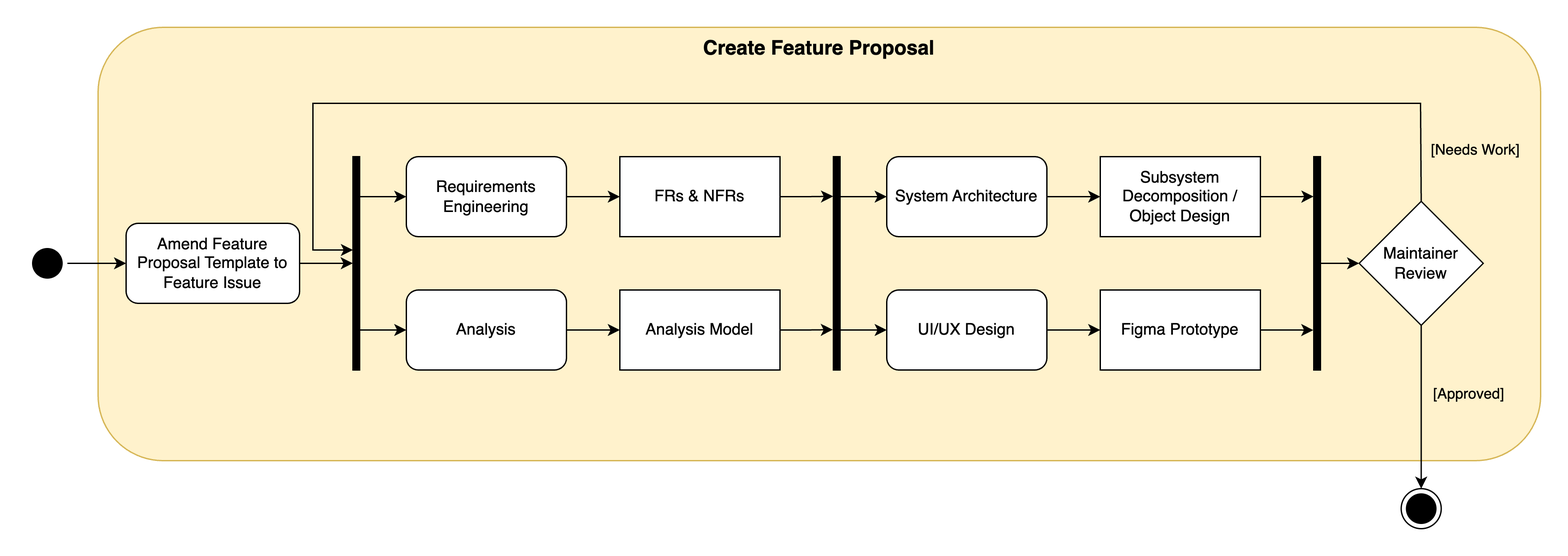
The draw.io diagram docs/dev/development-process/aremtis-feature-proposal-flow.png in ls1intum/Artemis, before a commit. Source tidied: cells renumbered, new cells last; positions are measured from the earlier drawing's top-left corner, leaving out a move shared by most shapes. The source it was exported from:
```xml
<mxGraphModel>
  <root>
    <mxCell id="0" />
    <mxCell id="1" parent="0" />
    <mxCell id="2" value="&lt;font style=&quot;font-size: 15px;&quot;&gt;&lt;b&gt;Create Feature Proposal&lt;/b&gt;&lt;/font&gt;" style="rounded=1;whiteSpace=wrap;html=1;verticalAlign=top;fillColor=#fff2cc;strokeColor=#d6b656;" parent="1" vertex="1">
      <mxGeometry x="53" width="1081" height="325" as="geometry" />
    </mxCell>
    <mxCell id="3" style="edgeStyle=orthogonalEdgeStyle;rounded=0;jettySize=auto;html=1;" parent="1" edge="1" source="4" target="7">
      <mxGeometry relative="1" as="geometry" />
    </mxCell>
    <mxCell id="4" style="ellipse;html=1;shape=startState;fillColor=#000000;strokeColor=default;" parent="1" vertex="1">
      <mxGeometry y="162" width="30" height="30" as="geometry" />
    </mxCell>
    <mxCell id="5" style="ellipse;html=1;shape=endState;fillColor=#000000;strokeColor=#000000;" parent="1" vertex="1">
      <mxGeometry x="1029.5" y="346" width="30" height="30" as="geometry" />
    </mxCell>
    <mxCell id="6" style="edgeStyle=orthogonalEdgeStyle;rounded=0;jettySize=auto;html=1;entryX=-0.023;entryY=0.5;entryDx=0;entryDy=0;entryPerimeter=0;" parent="1" edge="1" source="7" target="10">
      <mxGeometry relative="1" as="geometry" />
    </mxCell>
    <mxCell id="7" value="Amend Feature Proposal Template to Feature Issue" style="rounded=1;whiteSpace=wrap;html=1;" parent="1" vertex="1">
      <mxGeometry x="74" y="147" width="130" height="60" as="geometry" />
    </mxCell>
    <mxCell id="8" style="edgeStyle=orthogonalEdgeStyle;rounded=0;jettySize=auto;html=1;entryX=0;entryY=0.5;entryDx=0;entryDy=0;" parent="1" edge="1" source="10" target="21">
      <mxGeometry relative="1" as="geometry">
        <Array as="points">
          <mxPoint x="254" y="227" />
          <mxPoint x="254" y="227" />
        </Array>
      </mxGeometry>
    </mxCell>
    <mxCell id="9" style="edgeStyle=orthogonalEdgeStyle;rounded=0;jettySize=auto;html=1;entryX=0;entryY=0.5;entryDx=0;entryDy=0;" parent="1" edge="1" source="10" target="12">
      <mxGeometry relative="1" as="geometry">
        <Array as="points">
          <mxPoint x="264" y="127" />
          <mxPoint x="264" y="127" />
        </Array>
      </mxGeometry>
    </mxCell>
    <mxCell id="10" style="html=1;points=[];perimeter=orthogonalPerimeter;fillColor=strokeColor;" parent="1" vertex="1">
      <mxGeometry x="244" y="97" width="5" height="160" as="geometry" />
    </mxCell>
    <mxCell id="11" style="edgeStyle=orthogonalEdgeStyle;rounded=0;jettySize=auto;html=1;" parent="1" edge="1" source="12" target="14">
      <mxGeometry relative="1" as="geometry" />
    </mxCell>
    <mxCell id="12" value="Requirements Engineering" style="rounded=1;whiteSpace=wrap;html=1;" parent="1" vertex="1">
      <mxGeometry x="284" y="97" width="120" height="60" as="geometry" />
    </mxCell>
    <mxCell id="13" style="edgeStyle=orthogonalEdgeStyle;rounded=0;jettySize=auto;html=1;entryX=-0.032;entryY=0.186;entryDx=0;entryDy=0;entryPerimeter=0;" parent="1" edge="1" source="14" target="17">
      <mxGeometry relative="1" as="geometry" />
    </mxCell>
    <mxCell id="14" value="FRs &amp;amp; NFRs" style="rounded=0;whiteSpace=wrap;html=1;" parent="1" vertex="1">
      <mxGeometry x="444" y="97" width="120" height="60" as="geometry" />
    </mxCell>
    <mxCell id="15" style="edgeStyle=orthogonalEdgeStyle;rounded=0;jettySize=auto;html=1;entryX=0;entryY=0.5;entryDx=0;entryDy=0;" parent="1" edge="1" source="17" target="27">
      <mxGeometry relative="1" as="geometry">
        <Array as="points">
          <mxPoint x="624" y="127" />
          <mxPoint x="624" y="127" />
        </Array>
      </mxGeometry>
    </mxCell>
    <mxCell id="16" style="edgeStyle=orthogonalEdgeStyle;rounded=0;jettySize=auto;html=1;entryX=0;entryY=0.5;entryDx=0;entryDy=0;" parent="1" edge="1" source="17" target="29">
      <mxGeometry relative="1" as="geometry">
        <Array as="points">
          <mxPoint x="614" y="227" />
          <mxPoint x="614" y="227" />
        </Array>
      </mxGeometry>
    </mxCell>
    <mxCell id="17" style="html=1;points=[];perimeter=orthogonalPerimeter;fillColor=strokeColor;" parent="1" vertex="1">
      <mxGeometry x="604" y="97" width="5" height="160" as="geometry" />
    </mxCell>
    <mxCell id="18" style="edgeStyle=orthogonalEdgeStyle;rounded=0;jettySize=auto;html=1;entryX=-0.077;entryY=0.811;entryDx=0;entryDy=0;entryPerimeter=0;" parent="1" edge="1" source="19" target="17">
      <mxGeometry relative="1" as="geometry" />
    </mxCell>
    <mxCell id="19" value="Analysis Model" style="rounded=0;whiteSpace=wrap;html=1;" parent="1" vertex="1">
      <mxGeometry x="444" y="197" width="120" height="60" as="geometry" />
    </mxCell>
    <mxCell id="20" style="edgeStyle=orthogonalEdgeStyle;rounded=0;jettySize=auto;html=1;" parent="1" edge="1" source="21" target="19">
      <mxGeometry relative="1" as="geometry" />
    </mxCell>
    <mxCell id="21" value="Analysis" style="rounded=1;whiteSpace=wrap;html=1;" parent="1" vertex="1">
      <mxGeometry x="284" y="197" width="120" height="60" as="geometry" />
    </mxCell>
    <mxCell id="22" style="edgeStyle=orthogonalEdgeStyle;rounded=0;jettySize=auto;html=1;entryX=-0.067;entryY=0.813;entryDx=0;entryDy=0;entryPerimeter=0;" parent="1" edge="1" source="23" target="31">
      <mxGeometry relative="1" as="geometry" />
    </mxCell>
    <mxCell id="23" value="Figma Prototype" style="rounded=0;whiteSpace=wrap;html=1;" parent="1" vertex="1">
      <mxGeometry x="804" y="197" width="120" height="60" as="geometry" />
    </mxCell>
    <mxCell id="24" style="edgeStyle=orthogonalEdgeStyle;rounded=0;jettySize=auto;html=1;entryX=-0.037;entryY=0.187;entryDx=0;entryDy=0;entryPerimeter=0;" parent="1" edge="1" source="25" target="31">
      <mxGeometry relative="1" as="geometry" />
    </mxCell>
    <mxCell id="25" value="Subsystem Decomposition / Object Design" style="rounded=0;whiteSpace=wrap;html=1;" parent="1" vertex="1">
      <mxGeometry x="804" y="97" width="120" height="60" as="geometry" />
    </mxCell>
    <mxCell id="26" style="edgeStyle=orthogonalEdgeStyle;rounded=0;jettySize=auto;html=1;" parent="1" edge="1" source="27" target="25">
      <mxGeometry relative="1" as="geometry" />
    </mxCell>
    <mxCell id="27" value="System Architecture" style="rounded=1;whiteSpace=wrap;html=1;" parent="1" vertex="1">
      <mxGeometry x="644" y="97" width="120" height="60" as="geometry" />
    </mxCell>
    <mxCell id="28" style="edgeStyle=orthogonalEdgeStyle;rounded=0;jettySize=auto;html=1;" parent="1" edge="1" source="29" target="23">
      <mxGeometry relative="1" as="geometry" />
    </mxCell>
    <mxCell id="29" value="UI/UX Design" style="rounded=1;whiteSpace=wrap;html=1;" parent="1" vertex="1">
      <mxGeometry x="644" y="197" width="120" height="60" as="geometry" />
    </mxCell>
    <mxCell id="30" style="edgeStyle=orthogonalEdgeStyle;rounded=0;jettySize=auto;html=1;" parent="1" edge="1" source="31" target="36">
      <mxGeometry relative="1" as="geometry" />
    </mxCell>
    <mxCell id="31" style="html=1;points=[];perimeter=orthogonalPerimeter;fillColor=strokeColor;" parent="1" vertex="1">
      <mxGeometry x="964" y="97" width="5" height="160" as="geometry" />
    </mxCell>
    <mxCell id="32" style="edgeStyle=orthogonalEdgeStyle;rounded=0;jettySize=auto;html=1;" parent="1" edge="1" source="36">
      <mxGeometry relative="1" as="geometry">
        <mxPoint x="244" y="167" as="targetPoint" />
        <Array as="points">
          <mxPoint x="1045" y="130" />
          <mxPoint x="1044" y="130" />
          <mxPoint x="1044" y="57" />
          <mxPoint x="214" y="57" />
          <mxPoint x="214" y="167" />
        </Array>
      </mxGeometry>
    </mxCell>
    <mxCell id="33" value="[Needs Work]" style="edgeLabel;html=1;align=center;verticalAlign=middle;labelBackgroundColor=none;" parent="32" vertex="1">
      <mxGeometry x="-0.91" relative="1" as="geometry">
        <mxPoint x="40" y="10" as="offset" />
      </mxGeometry>
    </mxCell>
    <mxCell id="34" style="edgeStyle=orthogonalEdgeStyle;rounded=0;jettySize=auto;html=1;" parent="1" edge="1" source="36" target="5">
      <mxGeometry relative="1" as="geometry">
        <Array as="points">
          <mxPoint x="1045" y="291" />
          <mxPoint x="1045" y="291" />
        </Array>
      </mxGeometry>
    </mxCell>
    <mxCell id="35" value="[Approved]" style="edgeLabel;html=1;align=center;verticalAlign=middle;fontColor=default;labelBackgroundColor=none;" parent="34" vertex="1">
      <mxGeometry x="-0.2" y="-1" relative="1" as="geometry">
        <mxPoint x="36" y="2" as="offset" />
      </mxGeometry>
    </mxCell>
    <mxCell id="36" value="Maintainer Review" style="rhombus;whiteSpace=wrap;html=1;align=center;" parent="1" vertex="1">
      <mxGeometry x="998" y="130.5" width="93" height="93" as="geometry" />
    </mxCell>
  </root>
</mxGraphModel>
```
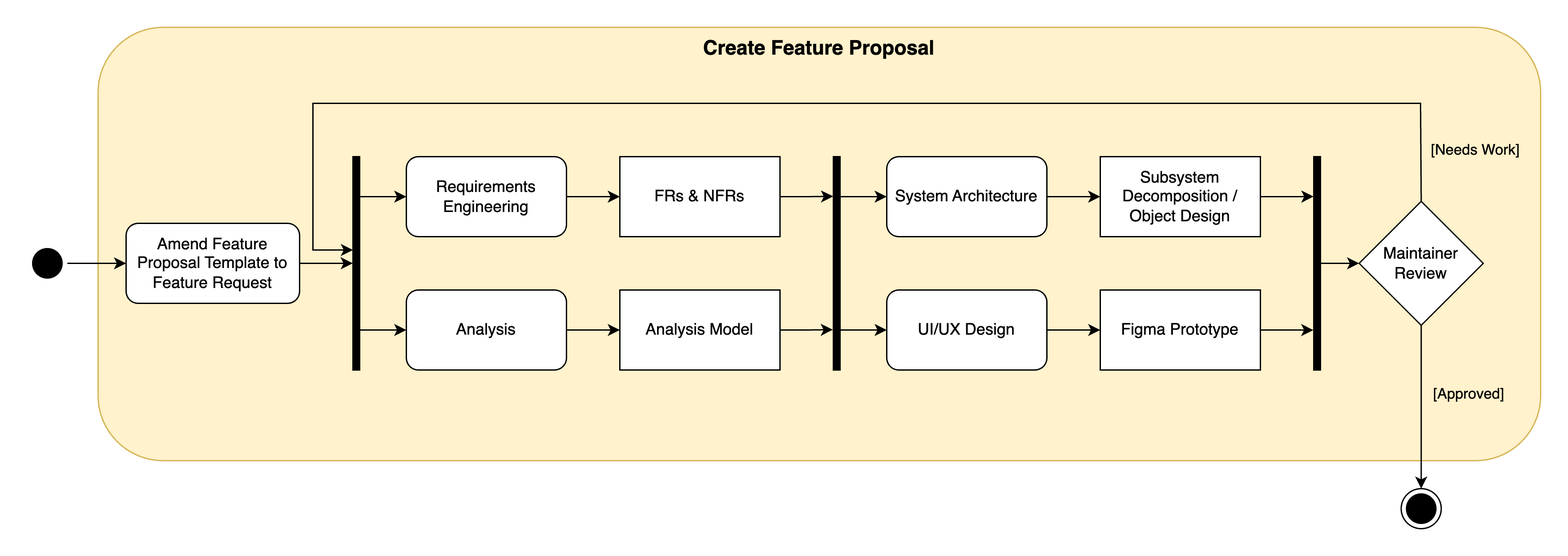
After the change.

The edit, as a diff of the source:
```diff
@@ -17,7 +17,7 @@
     <mxCell id="6" style="edgeStyle=orthogonalEdgeStyle;rounded=0;jettySize=auto;html=1;entryX=-0.023;entryY=0.5;entryDx=0;entryDy=0;entryPerimeter=0;" parent="1" edge="1" source="7" target="10">
       <mxGeometry relative="1" as="geometry" />
     </mxCell>
-    <mxCell id="7" value="Amend Feature Proposal Template to Feature Issue" style="rounded=1;whiteSpace=wrap;html=1;" parent="1" vertex="1">
+    <mxCell id="7" value="Amend Feature Proposal Template to Feature Request" style="rounded=1;whiteSpace=wrap;html=1;" parent="1" vertex="1">
       <mxGeometry x="74" y="147" width="130" height="60" as="geometry" />
     </mxCell>
     <mxCell id="8" style="edgeStyle=orthogonalEdgeStyle;rounded=0;jettySize=auto;html=1;entryX=0;entryY=0.5;entryDx=0;entryDy=0;" parent="1" edge="1" source="10" target="21">
```
